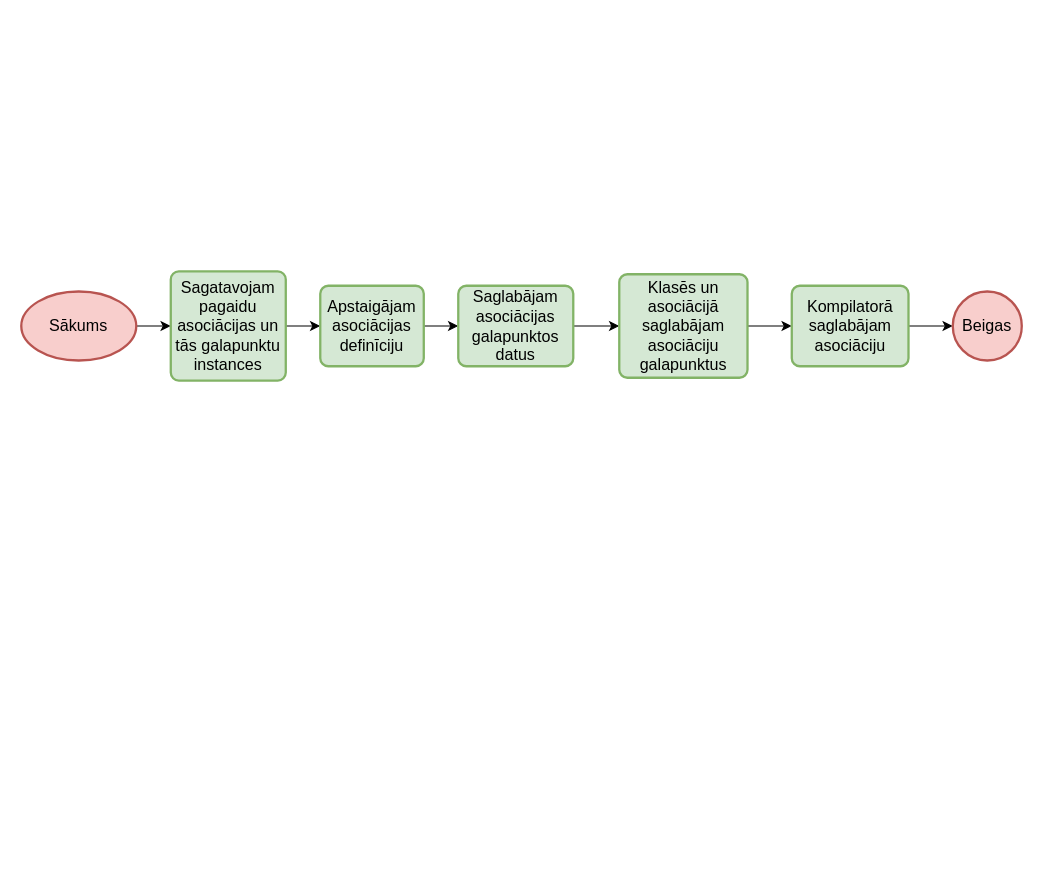
Before: page "Kompilēt asociāciju" (1 of 5) of src/Qualification project/Documentation/Diagrammas/Kompilators/Asociācijas.drawio in artiks12/webAppOS, a draw.io diagram. Source tidied: cells renumbered, new cells numbered last; positions are measured from the earlier drawing's top-left corner, leaving out a move shared by most shapes. Both pictures are drawn from the tidied source at 115%, with x=0, y=0 at pixel (21, 271).
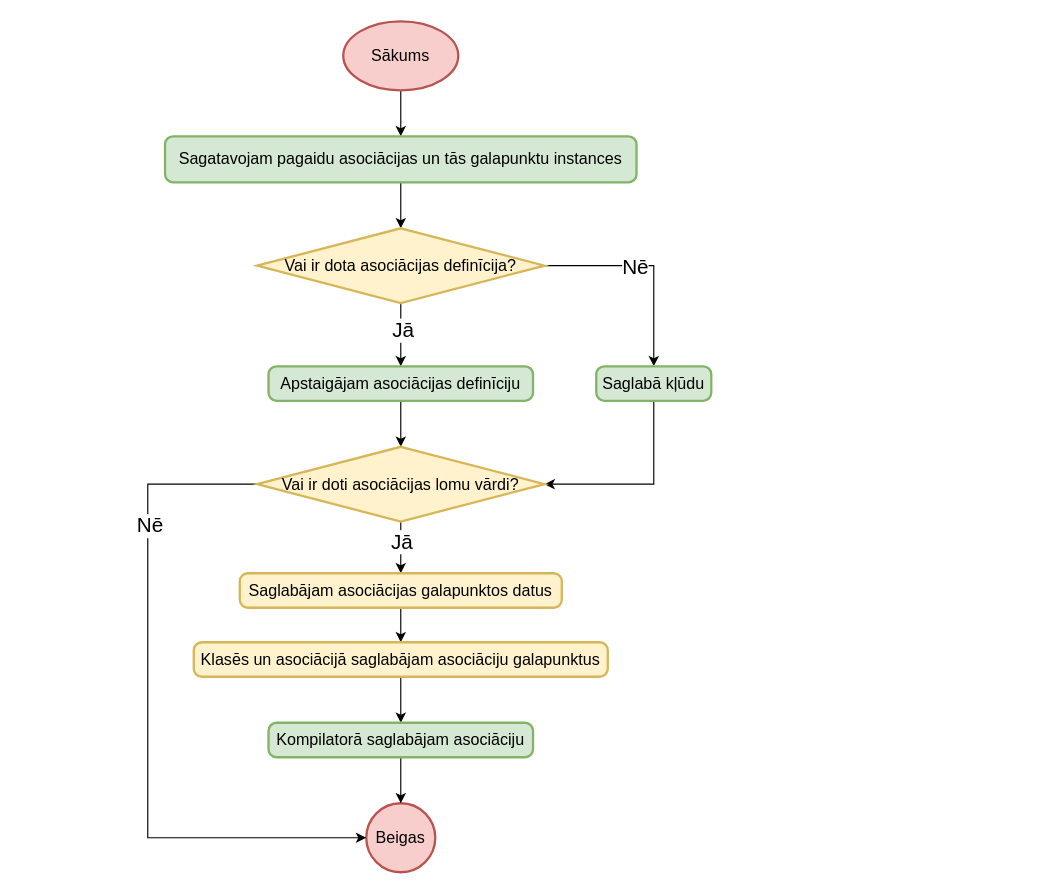
After the change.

The edit, as a diff of the source:
```diff
@@
+    <mxCell id="14" value="Beigas" style="strokeWidth=2;html=1;shape=mxgraph.flowchart.start_2;whiteSpace=wrap;fontSize=14;fillColor=#f8cecc;strokeColor=#b85450;" parent="1" vertex="1">
+      <mxGeometry x="300" y="462" width="60" height="60" as="geometry" />
+    </mxCell>
-    <mxCell id="2" style="edgeStyle=orthogonalEdgeStyle;rounded=0;jettySize=auto;html=1;" parent="1" edge="1" source="3" target="5">
+    <mxCell id="2" style="edgeStyle=orthogonalEdgeStyle;rounded=0;jettySize=auto;html=1;entryX=0.5;entryY=0;entryDx=0;entryDy=0;" parent="1" edge="1" source="3" target="5">
       <mxGeometry relative="1" as="geometry" />
     </mxCell>
     <mxCell id="3" value="Sākums" style="strokeWidth=2;html=1;shape=mxgraph.flowchart.start_1;whiteSpace=wrap;fontSize=14;fillColor=#f8cecc;strokeColor=#b85450;" parent="1" vertex="1">
-      <mxGeometry y="17" width="100" height="60" as="geometry" />
+      <mxGeometry x="280" y="-218" width="100" height="60" as="geometry" />
     </mxCell>
-    <mxCell id="4" style="edgeStyle=orthogonalEdgeStyle;rounded=0;jettySize=auto;html=1;" parent="1" edge="1" source="5" target="7">
-      <mxGeometry relative="1" as="geometry" />
-    </mxCell>
+    <mxCell id="15" style="edgeStyle=orthogonalEdgeStyle;rounded=0;jettySize=auto;html=1;" parent="1" edge="1" source="5" target="20">
+      <mxGeometry relative="1" as="geometry" />
+    </mxCell>
     <mxCell id="5" value="Sagatavojam pagaidu asociācijas un tās galapunktu instances" style="rounded=1;whiteSpace=wrap;html=1;absoluteArcSize=1;arcSize=14;strokeWidth=2;fontSize=14;fillColor=#d5e8d4;strokeColor=#82b366;" parent="1" vertex="1">
-      <mxGeometry x="130" y="-0.5" width="100" height="95" as="geometry" />
+      <mxGeometry x="125" y="-118" width="410" height="40" as="geometry" />
     </mxCell>
-    <mxCell id="6" style="edgeStyle=orthogonalEdgeStyle;rounded=0;jettySize=auto;html=1;" parent="1" edge="1" source="7" target="9">
-      <mxGeometry relative="1" as="geometry" />
-    </mxCell>
+    <mxCell id="16" style="edgeStyle=orthogonalEdgeStyle;rounded=0;jettySize=auto;html=1;entryX=0.5;entryY=0;entryDx=0;entryDy=0;" parent="1" edge="1" source="20" target="7">
+      <mxGeometry relative="1" as="geometry" />
+    </mxCell>
+    <mxCell id="17" value="&lt;font style=&quot;font-size: 18px&quot;&gt;Jā&lt;/font&gt;" style="edgeLabel;html=1;align=center;verticalAlign=middle;" parent="16" vertex="1">
+      <mxGeometry x="-0.16" y="1" relative="1" as="geometry" />
+    </mxCell>
+    <mxCell id="18" style="edgeStyle=orthogonalEdgeStyle;rounded=0;jettySize=auto;html=1;entryX=0.5;entryY=0;entryDx=0;entryDy=0;fontSize=18;" parent="1" edge="1" source="20" target="23">
+      <mxGeometry relative="1" as="geometry" />
+    </mxCell>
+    <mxCell id="19" value="Nē" style="edgeLabel;html=1;align=center;verticalAlign=middle;fontSize=18;" parent="18" vertex="1">
+      <mxGeometry x="-0.15" y="-1" relative="1" as="geometry" />
+    </mxCell>
+    <mxCell id="20" value="Vai ir dota asociācijas definīcija?" style="strokeWidth=2;html=1;shape=mxgraph.flowchart.decision;whiteSpace=wrap;fontSize=14;fillColor=#fff2cc;strokeColor=#d6b656;" parent="1" vertex="1">
+      <mxGeometry x="205" y="-38" width="250" height="65" as="geometry" />
+    </mxCell>
+    <mxCell id="21" style="edgeStyle=orthogonalEdgeStyle;rounded=0;jettySize=auto;html=1;fontSize=18;" parent="1" edge="1" source="7" target="28">
+      <mxGeometry relative="1" as="geometry" />
+    </mxCell>
     <mxCell id="7" value="Apstaigājam asociācijas definīciju" style="rounded=1;whiteSpace=wrap;html=1;absoluteArcSize=1;arcSize=14;strokeWidth=2;fontSize=14;fillColor=#d5e8d4;strokeColor=#82b366;" parent="1" vertex="1">
-      <mxGeometry x="260" y="12" width="90" height="70" as="geometry" />
+      <mxGeometry x="215" y="82" width="230" height="30" as="geometry" />
     </mxCell>
+    <mxCell id="22" style="edgeStyle=orthogonalEdgeStyle;rounded=0;jettySize=auto;html=1;entryX=1;entryY=0.5;entryDx=0;entryDy=0;entryPerimeter=0;fontSize=18;exitX=0.5;exitY=1;exitDx=0;exitDy=0;" parent="1" edge="1" source="23" target="28">
+      <mxGeometry relative="1" as="geometry" />
+    </mxCell>
+    <mxCell id="23" value="Saglabā kļūdu" style="rounded=1;whiteSpace=wrap;html=1;absoluteArcSize=1;arcSize=14;strokeWidth=2;fontSize=14;fillColor=#d5e8d4;strokeColor=#82b366;" parent="1" vertex="1">
+      <mxGeometry x="500" y="82" width="100" height="30" as="geometry" />
+    </mxCell>
+    <mxCell id="24" style="edgeStyle=orthogonalEdgeStyle;rounded=0;jettySize=auto;html=1;fontSize=18;entryX=0.5;entryY=0;entryDx=0;entryDy=0;" parent="1" edge="1" source="28" target="9">
+      <mxGeometry relative="1" as="geometry" />
+    </mxCell>
+    <mxCell id="25" value="Jā" style="edgeLabel;html=1;align=center;verticalAlign=middle;fontSize=18;" parent="24" vertex="1">
+      <mxGeometry x="-0.25" relative="1" as="geometry" />
+    </mxCell>
+    <mxCell id="26" style="edgeStyle=orthogonalEdgeStyle;rounded=0;jettySize=auto;html=1;entryX=0;entryY=0.5;entryDx=0;entryDy=0;entryPerimeter=0;fontSize=18;" parent="1" edge="1" source="28" target="14">
+      <mxGeometry relative="1" as="geometry">
+        <Array as="points">
+          <mxPoint x="110" y="185" />
+          <mxPoint x="110" y="492" />
+        </Array>
+      </mxGeometry>
+    </mxCell>
+    <mxCell id="27" value="Nē" style="edgeLabel;html=1;align=center;verticalAlign=middle;fontSize=18;" parent="26" vertex="1">
+      <mxGeometry x="-0.56" y="1" relative="1" as="geometry">
+        <mxPoint y="1" as="offset" />
+      </mxGeometry>
+    </mxCell>
+    <mxCell id="28" value="Vai ir doti asociācijas lomu vārdi?" style="strokeWidth=2;html=1;shape=mxgraph.flowchart.decision;whiteSpace=wrap;fontSize=14;fillColor=#fff2cc;strokeColor=#d6b656;" parent="1" vertex="1">
+      <mxGeometry x="205" y="152" width="250" height="65" as="geometry" />
+    </mxCell>
-    <mxCell id="8" style="edgeStyle=orthogonalEdgeStyle;rounded=0;jettySize=auto;html=1;entryX=0;entryY=0.5;entryDx=0;entryDy=0;" parent="1" edge="1" source="9" target="11">
+    <mxCell id="8" style="edgeStyle=orthogonalEdgeStyle;rounded=0;jettySize=auto;html=1;fontSize=18;" parent="1" edge="1" source="9" target="11">
       <mxGeometry relative="1" as="geometry" />
     </mxCell>
-    <mxCell id="9" value="Saglabājam asociācijas&lt;br&gt;galapunktos datus" style="rounded=1;whiteSpace=wrap;html=1;absoluteArcSize=1;arcSize=14;strokeWidth=2;fontSize=14;fillColor=#d5e8d4;strokeColor=#82b366;" parent="1" vertex="1">
-      <mxGeometry x="380" y="12" width="100" height="70" as="geometry" />
+    <mxCell id="9" value="Saglabājam asociācijas galapunktos datus" style="rounded=1;whiteSpace=wrap;html=1;absoluteArcSize=1;arcSize=14;strokeWidth=2;fontSize=14;fillColor=#fff2cc;strokeColor=#d6b656;" parent="1" vertex="1">
+      <mxGeometry x="190" y="262" width="280" height="30" as="geometry" />
     </mxCell>
-    <mxCell id="10" style="edgeStyle=orthogonalEdgeStyle;rounded=0;jettySize=auto;html=1;entryX=0;entryY=0.5;entryDx=0;entryDy=0;" parent="1" edge="1" source="11" target="13">
+    <mxCell id="10" style="edgeStyle=orthogonalEdgeStyle;rounded=0;jettySize=auto;html=1;entryX=0.5;entryY=0;entryDx=0;entryDy=0;fontSize=18;" parent="1" edge="1" source="11" target="13">
       <mxGeometry relative="1" as="geometry" />
     </mxCell>
-    <mxCell id="11" value="Klasēs un asociācijā saglabājam asociāciju galapunktus" style="rounded=1;whiteSpace=wrap;html=1;absoluteArcSize=1;arcSize=14;strokeWidth=2;fontSize=14;fillColor=#d5e8d4;strokeColor=#82b366;" parent="1" vertex="1">
-      <mxGeometry x="520" y="2" width="111.5" height="90" as="geometry" />
+    <mxCell id="11" value="Klasēs un asociācijā saglabājam asociāciju galapunktus" style="rounded=1;whiteSpace=wrap;html=1;absoluteArcSize=1;arcSize=14;strokeWidth=2;fontSize=14;fillColor=#fff2cc;strokeColor=#d6b656;" parent="1" vertex="1">
+      <mxGeometry x="150" y="322" width="360" height="30" as="geometry" />
     </mxCell>
-    <mxCell id="12" style="edgeStyle=orthogonalEdgeStyle;rounded=0;jettySize=auto;html=1;entryX=0;entryY=0.5;entryDx=0;entryDy=0;entryPerimeter=0;" parent="1" edge="1" source="13" target="14">
+    <mxCell id="12" style="edgeStyle=orthogonalEdgeStyle;rounded=0;jettySize=auto;html=1;fontSize=18;" parent="1" edge="1" source="13" target="14">
       <mxGeometry relative="1" as="geometry" />
     </mxCell>
     <mxCell id="13" value="Kompilatorā saglabājam asociāciju" style="rounded=1;whiteSpace=wrap;html=1;absoluteArcSize=1;arcSize=14;strokeWidth=2;fontSize=14;fillColor=#d5e8d4;strokeColor=#82b366;" parent="1" vertex="1">
-      <mxGeometry x="670" y="12" width="101.5" height="70" as="geometry" />
+      <mxGeometry x="215" y="392" width="230" height="30" as="geometry" />
     </mxCell>
-    <mxCell id="14" value="Beigas" style="strokeWidth=2;html=1;shape=mxgraph.flowchart.start_2;whiteSpace=wrap;fontSize=14;fillColor=#f8cecc;strokeColor=#b85450;" parent="1" vertex="1">
-      <mxGeometry x="810" y="17" width="60" height="60" as="geometry" />
-    </mxCell>
```
